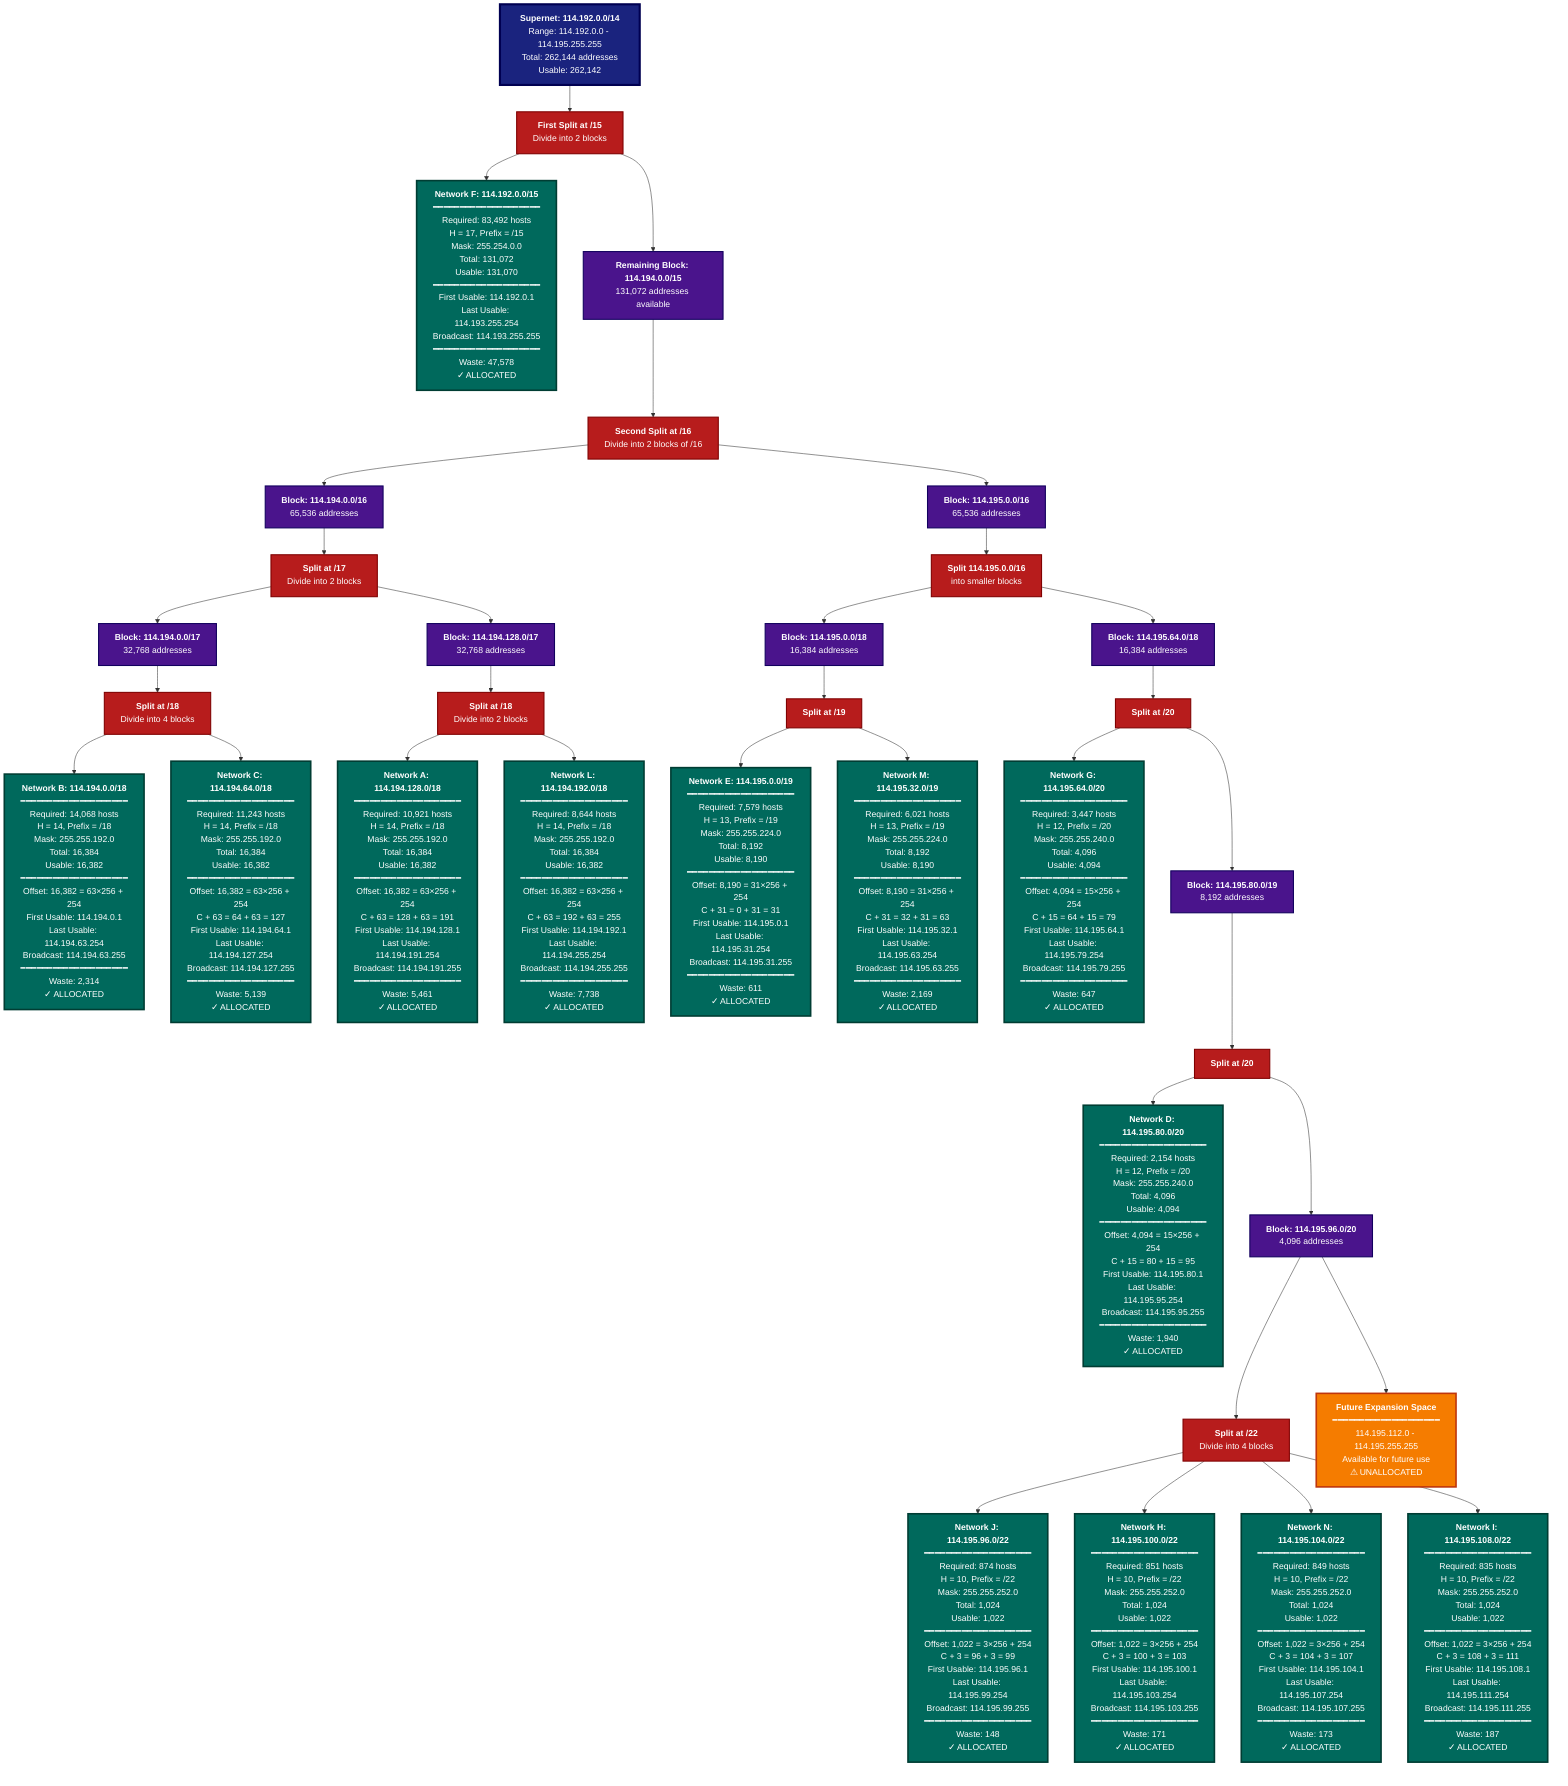
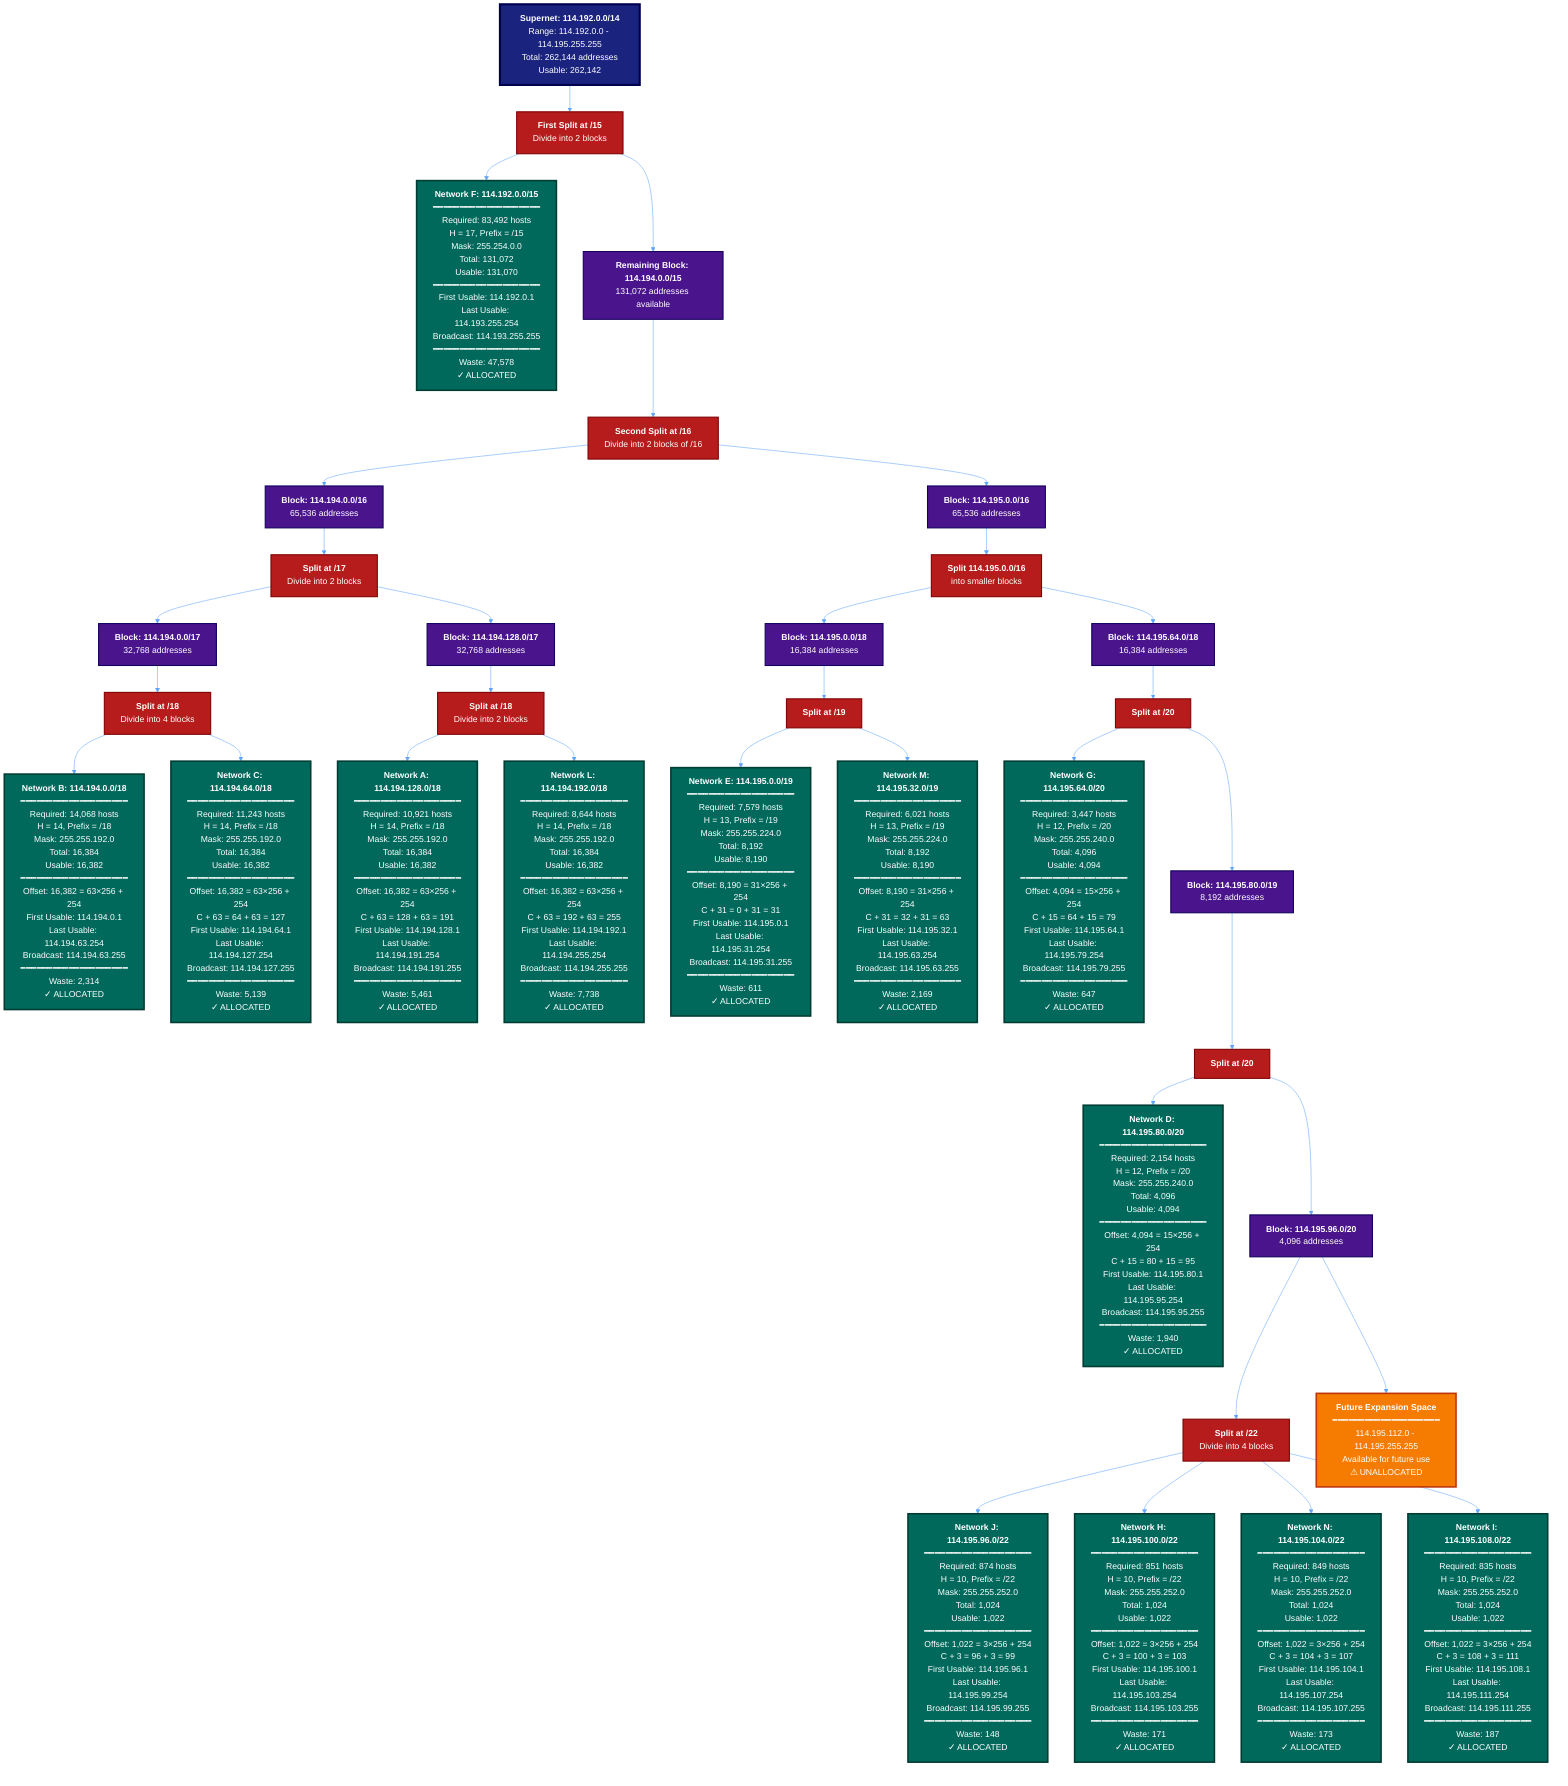
+ %%{init: {'theme':'dark', 'themeVariables': {'primaryColor':'#00695c','primaryTextColor':'#ffffff','primaryBorderColor':'#003d33','lineColor':'#60a5fa','secondaryColor':'#4a148c','tertiaryColor':'#1565c0','background':'#0a0e27','mainBkg':'#131829','secondBkg':'#0a0e27','textColor':'#f8fafc','border1':'#94a3b8','border2':'#60a5fa','noteBkgColor':'#1a237e','noteTextColor':'#ffffff','noteBorderColor':'#000051','actorBorder':'#a78bfa','actorBkg':'#00695c','actorTextColor':'#ffffff','actorLineColor':'#003d33','signalColor':'#22d3ee','signalTextColor':'#000000','labelBoxBkgColor':'#4a148c','labelBoxBorderColor':'#12005e','labelTextColor':'#ffffff','loopTextColor':'#f8fafc','activationBorderColor':'#a78bfa','activationBkgColor':'#1565c0','sequenceNumberColor':'#000000','sectionBkgColor':'#2e7d32','altBkgColor':'#1565c0','clusterBkg':'#4a148c','clusterBorder':'#12005e','defaultLinkColor':'#60a5fa','titleColor':'#a78bfa','edgeLabelBackground':'#131829','compositeTitleBackground':'#0a0e27','compositeBackground':'#131829'}}}%%
graph TD
    Start["<b>Supernet: 114.192.0.0/14</b><br/>Range: 114.192.0.0 - 114.195.255.255<br/>Total: 262,144 addresses<br/>Usable: 262,142"]

    Start --> Split1["<b>First Split at /15</b><br/>Divide into 2 blocks"]

    Split1 --> F["<b>Network F: 114.192.0.0/15</b><br/>━━━━━━━━━━━━━━━━━━━━<br/>Required: 83,492 hosts<br/>H = 17, Prefix = /15<br/>Mask: 255.254.0.0<br/>Total: 131,072<br/>Usable: 131,070<br/>━━━━━━━━━━━━━━━━━━━━<br/>First Usable: 114.192.0.1<br/>Last Usable: 114.193.255.254<br/>Broadcast: 114.193.255.255<br/>━━━━━━━━━━━━━━━━━━━━<br/>Waste: 47,578<br/>✓ ALLOCATED"]

    Split1 --> Block2["<b>Remaining Block: 114.194.0.0/15</b><br/>131,072 addresses available"]

    Block2 --> Split2["<b>Second Split at /16</b><br/>Divide into 2 blocks of /16"]

    Split2 --> Block3["<b>Block: 114.194.0.0/16</b><br/>65,536 addresses"]
    Split2 --> Block4["<b>Block: 114.195.0.0/16</b><br/>65,536 addresses"]

    Block3 --> Split3["<b>Split at /17</b><br/>Divide into 2 blocks"]

    Split3 --> Block5["<b>Block: 114.194.0.0/17</b><br/>32,768 addresses"]
    Split3 --> Block6["<b>Block: 114.194.128.0/17</b><br/>32,768 addresses"]

    Block5 --> Split4["<b>Split at /18</b><br/>Divide into 4 blocks"]

    Split4 --> B["<b>Network B: 114.194.0.0/18</b><br/>━━━━━━━━━━━━━━━━━━━━<br/>Required: 14,068 hosts<br/>H = 14, Prefix = /18<br/>Mask: 255.255.192.0<br/>Total: 16,384<br/>Usable: 16,382<br/>━━━━━━━━━━━━━━━━━━━━<br/>Offset: 16,382 = 63×256 + 254<br/>First Usable: 114.194.0.1<br/>Last Usable: 114.194.63.254<br/>Broadcast: 114.194.63.255<br/>━━━━━━━━━━━━━━━━━━━━<br/>Waste: 2,314<br/>✓ ALLOCATED"]

    Split4 --> C["<b>Network C: 114.194.64.0/18</b><br/>━━━━━━━━━━━━━━━━━━━━<br/>Required: 11,243 hosts<br/>H = 14, Prefix = /18<br/>Mask: 255.255.192.0<br/>Total: 16,384<br/>Usable: 16,382<br/>━━━━━━━━━━━━━━━━━━━━<br/>Offset: 16,382 = 63×256 + 254<br/>C + 63 = 64 + 63 = 127<br/>First Usable: 114.194.64.1<br/>Last Usable: 114.194.127.254<br/>Broadcast: 114.194.127.255<br/>━━━━━━━━━━━━━━━━━━━━<br/>Waste: 5,139<br/>✓ ALLOCATED"]

    Block6 --> Split5["<b>Split at /18</b><br/>Divide into 2 blocks"]

    Split5 --> A["<b>Network A: 114.194.128.0/18</b><br/>━━━━━━━━━━━━━━━━━━━━<br/>Required: 10,921 hosts<br/>H = 14, Prefix = /18<br/>Mask: 255.255.192.0<br/>Total: 16,384<br/>Usable: 16,382<br/>━━━━━━━━━━━━━━━━━━━━<br/>Offset: 16,382 = 63×256 + 254<br/>C + 63 = 128 + 63 = 191<br/>First Usable: 114.194.128.1<br/>Last Usable: 114.194.191.254<br/>Broadcast: 114.194.191.255<br/>━━━━━━━━━━━━━━━━━━━━<br/>Waste: 5,461<br/>✓ ALLOCATED"]

    Split5 --> L["<b>Network L: 114.194.192.0/18</b><br/>━━━━━━━━━━━━━━━━━━━━<br/>Required: 8,644 hosts<br/>H = 14, Prefix = /18<br/>Mask: 255.255.192.0<br/>Total: 16,384<br/>Usable: 16,382<br/>━━━━━━━━━━━━━━━━━━━━<br/>Offset: 16,382 = 63×256 + 254<br/>C + 63 = 192 + 63 = 255<br/>First Usable: 114.194.192.1<br/>Last Usable: 114.194.255.254<br/>Broadcast: 114.194.255.255<br/>━━━━━━━━━━━━━━━━━━━━<br/>Waste: 7,738<br/>✓ ALLOCATED"]

    Block4 --> Split6["<b>Split 114.195.0.0/16</b><br/>into smaller blocks"]

    Split6 --> Block7["<b>Block: 114.195.0.0/18</b><br/>16,384 addresses"]
    Split6 --> Block8["<b>Block: 114.195.64.0/18</b><br/>16,384 addresses"]

    Block7 --> Split7["<b>Split at /19</b>"]

    Split7 --> E["<b>Network E: 114.195.0.0/19</b><br/>━━━━━━━━━━━━━━━━━━━━<br/>Required: 7,579 hosts<br/>H = 13, Prefix = /19<br/>Mask: 255.255.224.0<br/>Total: 8,192<br/>Usable: 8,190<br/>━━━━━━━━━━━━━━━━━━━━<br/>Offset: 8,190 = 31×256 + 254<br/>C + 31 = 0 + 31 = 31<br/>First Usable: 114.195.0.1<br/>Last Usable: 114.195.31.254<br/>Broadcast: 114.195.31.255<br/>━━━━━━━━━━━━━━━━━━━━<br/>Waste: 611<br/>✓ ALLOCATED"]

    Split7 --> M["<b>Network M: 114.195.32.0/19</b><br/>━━━━━━━━━━━━━━━━━━━━<br/>Required: 6,021 hosts<br/>H = 13, Prefix = /19<br/>Mask: 255.255.224.0<br/>Total: 8,192<br/>Usable: 8,190<br/>━━━━━━━━━━━━━━━━━━━━<br/>Offset: 8,190 = 31×256 + 254<br/>C + 31 = 32 + 31 = 63<br/>First Usable: 114.195.32.1<br/>Last Usable: 114.195.63.254<br/>Broadcast: 114.195.63.255<br/>━━━━━━━━━━━━━━━━━━━━<br/>Waste: 2,169<br/>✓ ALLOCATED"]

    Block8 --> Split8["<b>Split at /20</b>"]

    Split8 --> G["<b>Network G: 114.195.64.0/20</b><br/>━━━━━━━━━━━━━━━━━━━━<br/>Required: 3,447 hosts<br/>H = 12, Prefix = /20<br/>Mask: 255.255.240.0<br/>Total: 4,096<br/>Usable: 4,094<br/>━━━━━━━━━━━━━━━━━━━━<br/>Offset: 4,094 = 15×256 + 254<br/>C + 15 = 64 + 15 = 79<br/>First Usable: 114.195.64.1<br/>Last Usable: 114.195.79.254<br/>Broadcast: 114.195.79.255<br/>━━━━━━━━━━━━━━━━━━━━<br/>Waste: 647<br/>✓ ALLOCATED"]

    Split8 --> Block9["<b>Block: 114.195.80.0/19</b><br/>8,192 addresses"]

    Block9 --> Split9["<b>Split at /20</b>"]

    Split9 --> D["<b>Network D: 114.195.80.0/20</b><br/>━━━━━━━━━━━━━━━━━━━━<br/>Required: 2,154 hosts<br/>H = 12, Prefix = /20<br/>Mask: 255.255.240.0<br/>Total: 4,096<br/>Usable: 4,094<br/>━━━━━━━━━━━━━━━━━━━━<br/>Offset: 4,094 = 15×256 + 254<br/>C + 15 = 80 + 15 = 95<br/>First Usable: 114.195.80.1<br/>Last Usable: 114.195.95.254<br/>Broadcast: 114.195.95.255<br/>━━━━━━━━━━━━━━━━━━━━<br/>Waste: 1,940<br/>✓ ALLOCATED"]

    Split9 --> Block10["<b>Block: 114.195.96.0/20</b><br/>4,096 addresses"]

    Block10 --> Split10["<b>Split at /22</b><br/>Divide into 4 blocks"]

    Split10 --> J["<b>Network J: 114.195.96.0/22</b><br/>━━━━━━━━━━━━━━━━━━━━<br/>Required: 874 hosts<br/>H = 10, Prefix = /22<br/>Mask: 255.255.252.0<br/>Total: 1,024<br/>Usable: 1,022<br/>━━━━━━━━━━━━━━━━━━━━<br/>Offset: 1,022 = 3×256 + 254<br/>C + 3 = 96 + 3 = 99<br/>First Usable: 114.195.96.1<br/>Last Usable: 114.195.99.254<br/>Broadcast: 114.195.99.255<br/>━━━━━━━━━━━━━━━━━━━━<br/>Waste: 148<br/>✓ ALLOCATED"]

    Split10 --> H["<b>Network H: 114.195.100.0/22</b><br/>━━━━━━━━━━━━━━━━━━━━<br/>Required: 851 hosts<br/>H = 10, Prefix = /22<br/>Mask: 255.255.252.0<br/>Total: 1,024<br/>Usable: 1,022<br/>━━━━━━━━━━━━━━━━━━━━<br/>Offset: 1,022 = 3×256 + 254<br/>C + 3 = 100 + 3 = 103<br/>First Usable: 114.195.100.1<br/>Last Usable: 114.195.103.254<br/>Broadcast: 114.195.103.255<br/>━━━━━━━━━━━━━━━━━━━━<br/>Waste: 171<br/>✓ ALLOCATED"]

    Split10 --> N["<b>Network N: 114.195.104.0/22</b><br/>━━━━━━━━━━━━━━━━━━━━<br/>Required: 849 hosts<br/>H = 10, Prefix = /22<br/>Mask: 255.255.252.0<br/>Total: 1,024<br/>Usable: 1,022<br/>━━━━━━━━━━━━━━━━━━━━<br/>Offset: 1,022 = 3×256 + 254<br/>C + 3 = 104 + 3 = 107<br/>First Usable: 114.195.104.1<br/>Last Usable: 114.195.107.254<br/>Broadcast: 114.195.107.255<br/>━━━━━━━━━━━━━━━━━━━━<br/>Waste: 173<br/>✓ ALLOCATED"]

    Split10 --> I["<b>Network I: 114.195.108.0/22</b><br/>━━━━━━━━━━━━━━━━━━━━<br/>Required: 835 hosts<br/>H = 10, Prefix = /22<br/>Mask: 255.255.252.0<br/>Total: 1,024<br/>Usable: 1,022<br/>━━━━━━━━━━━━━━━━━━━━<br/>Offset: 1,022 = 3×256 + 254<br/>C + 3 = 108 + 3 = 111<br/>First Usable: 114.195.108.1<br/>Last Usable: 114.195.111.254<br/>Broadcast: 114.195.111.255<br/>━━━━━━━━━━━━━━━━━━━━<br/>Waste: 187<br/>✓ ALLOCATED"]

    Block10 --> Remaining["<b>Future Expansion Space</b><br/>━━━━━━━━━━━━━━━━━━━━<br/>114.195.112.0 - 114.195.255.255<br/>Available for future use<br/>⚠ UNALLOCATED"]

    style Start fill:#1a237e,stroke:#000051,stroke-width:4px,color:#fff
    style F fill:#00695c,stroke:#003d33,stroke-width:3px,color:#fff
    style B fill:#00695c,stroke:#003d33,stroke-width:3px,color:#fff
    style C fill:#00695c,stroke:#003d33,stroke-width:3px,color:#fff
    style A fill:#00695c,stroke:#003d33,stroke-width:3px,color:#fff
    style L fill:#00695c,stroke:#003d33,stroke-width:3px,color:#fff
    style E fill:#00695c,stroke:#003d33,stroke-width:3px,color:#fff
    style M fill:#00695c,stroke:#003d33,stroke-width:3px,color:#fff
    style G fill:#00695c,stroke:#003d33,stroke-width:3px,color:#fff
    style D fill:#00695c,stroke:#003d33,stroke-width:3px,color:#fff
    style J fill:#00695c,stroke:#003d33,stroke-width:3px,color:#fff
    style H fill:#00695c,stroke:#003d33,stroke-width:3px,color:#fff
    style N fill:#00695c,stroke:#003d33,stroke-width:3px,color:#fff
    style I fill:#00695c,stroke:#003d33,stroke-width:3px,color:#fff
    style Remaining fill:#f57c00,stroke:#bf360c,stroke-width:3px,color:#fff
    style Block2 fill:#4a148c,stroke:#12005e,stroke-width:2px,color:#fff
    style Block3 fill:#4a148c,stroke:#12005e,stroke-width:2px,color:#fff
    style Block4 fill:#4a148c,stroke:#12005e,stroke-width:2px,color:#fff
    style Block5 fill:#4a148c,stroke:#12005e,stroke-width:2px,color:#fff
    style Block6 fill:#4a148c,stroke:#12005e,stroke-width:2px,color:#fff
    style Block7 fill:#4a148c,stroke:#12005e,stroke-width:2px,color:#fff
    style Block8 fill:#4a148c,stroke:#12005e,stroke-width:2px,color:#fff
    style Block9 fill:#4a148c,stroke:#12005e,stroke-width:2px,color:#fff
    style Block10 fill:#4a148c,stroke:#12005e,stroke-width:2px,color:#fff
    style Split1 fill:#b71c1c,stroke:#7f0000,stroke-width:2px,color:#fff
    style Split2 fill:#b71c1c,stroke:#7f0000,stroke-width:2px,color:#fff
    style Split3 fill:#b71c1c,stroke:#7f0000,stroke-width:2px,color:#fff
    style Split4 fill:#b71c1c,stroke:#7f0000,stroke-width:2px,color:#fff
    style Split5 fill:#b71c1c,stroke:#7f0000,stroke-width:2px,color:#fff
    style Split6 fill:#b71c1c,stroke:#7f0000,stroke-width:2px,color:#fff
    style Split7 fill:#b71c1c,stroke:#7f0000,stroke-width:2px,color:#fff
    style Split8 fill:#b71c1c,stroke:#7f0000,stroke-width:2px,color:#fff
    style Split9 fill:#b71c1c,stroke:#7f0000,stroke-width:2px,color:#fff
    style Split10 fill:#b71c1c,stroke:#7f0000,stroke-width:2px,color:#fff